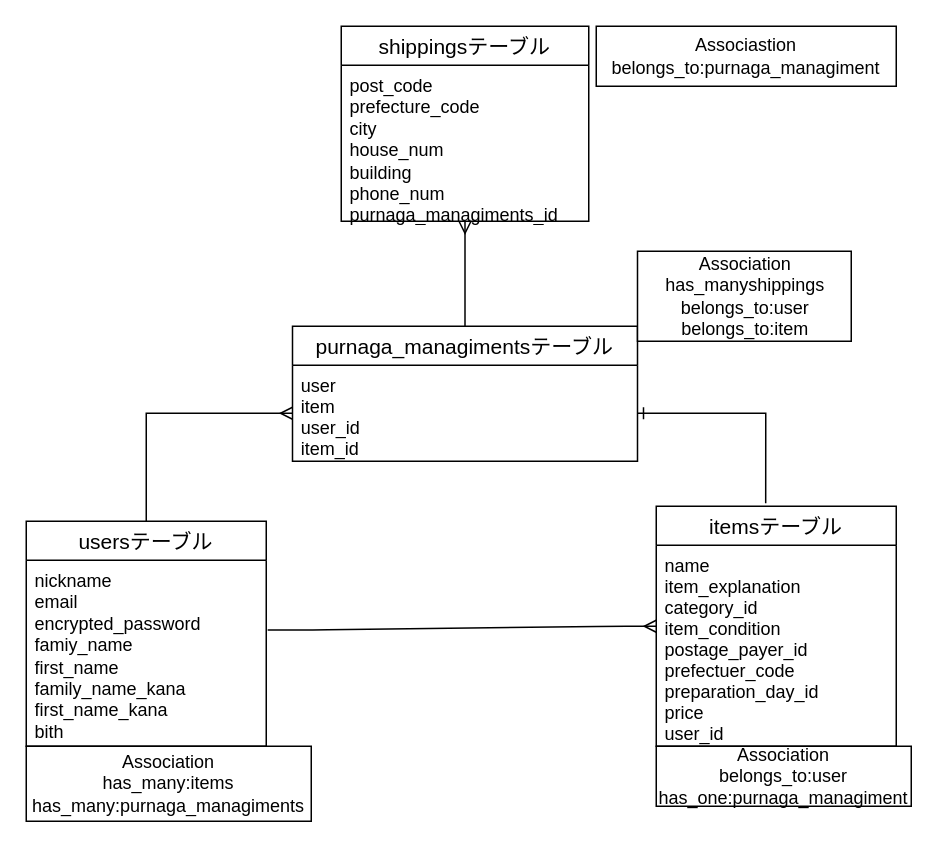
The draw.io diagram page "ページ1" (1 of 2) of ER.dio/furima.dio in souyama77/furima-29616-v2, before the edit. Source tidied: cells renumbered, new cells numbered last; positions are measured from the earlier drawing's top-left corner, leaving out a move shared by most shapes. Both pictures are drawn from the tidied source at 150%, with x=0, y=0 at pixel (26, 26).
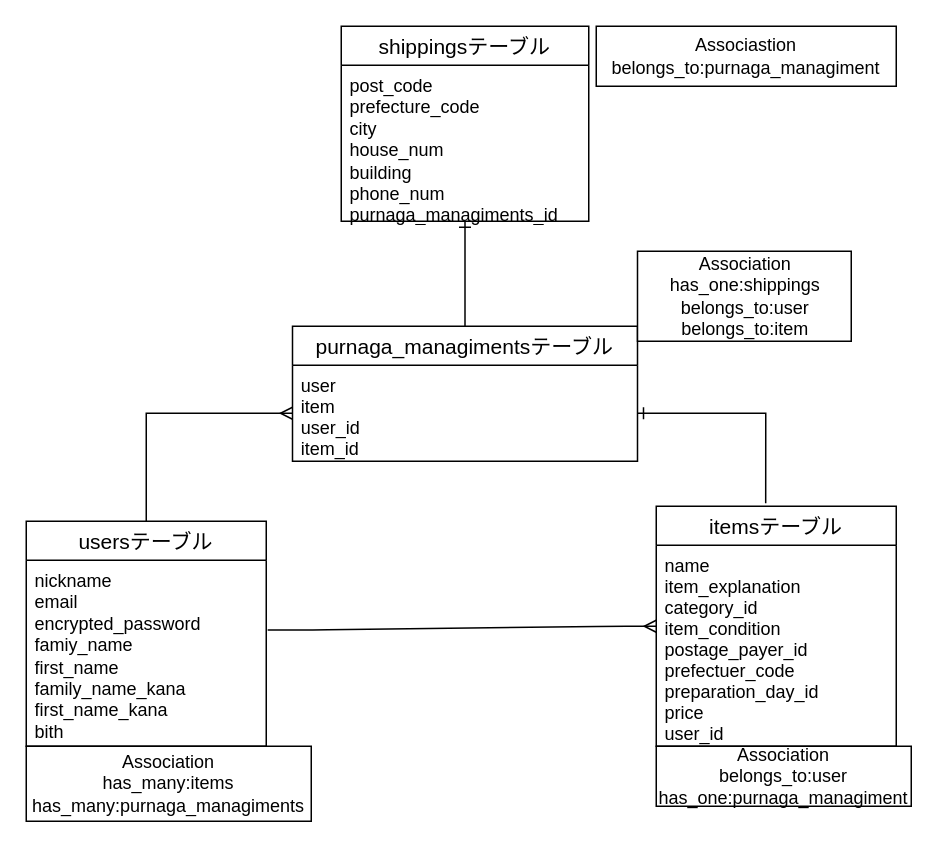
Above is the later version.

Commit message (it also covers changes not shown here):
データ設計Ver.7

What changed in the source:
```diff
@@
 <mxGraphModel>
   <root>
     <mxCell id="0" />
     <mxCell id="1" parent="0" />
     <mxCell id="2" style="edgeStyle=orthogonalEdgeStyle;rounded=0;jettySize=auto;html=1;entryX=0;entryY=0.5;entryDx=0;entryDy=0;endArrow=ERmany;endFill=0;" parent="1" edge="1" source="3" target="13">
       <mxGeometry relative="1" as="geometry" />
     </mxCell>
     <mxCell id="3" value="usersテーブル" style="swimlane;fontStyle=0;horizontal=1;startSize=26;align=center;fontSize=14;rounded=0;sketch=0;flipH=0;flipV=0;" parent="1" vertex="1">
       <mxGeometry y="330" width="160" height="150" as="geometry" />
     </mxCell>
     <mxCell id="4" value="nickname&lt;br&gt;email&lt;br&gt;encrypted_password&lt;br&gt;&lt;span&gt;famiy_name&lt;/span&gt;&lt;br style=&quot;padding: 0px ; margin: 0px&quot;&gt;&lt;span&gt;first_name&lt;/span&gt;&lt;br style=&quot;padding: 0px ; margin: 0px&quot;&gt;&lt;span&gt;family_name_kana&lt;/span&gt;&lt;br style=&quot;padding: 0px ; margin: 0px&quot;&gt;&lt;span&gt;first_name_kana&lt;/span&gt;&lt;br style=&quot;padding: 0px ; margin: 0px&quot;&gt;&lt;span&gt;bith&lt;/span&gt;" style="text;strokeColor=none;fillColor=none;spacingLeft=4;spacingRight=4;overflow=hidden;points=[[0,0.5],[1,0.5]];portConstraint=eastwest;fontSize=12;html=1;whiteSpace=wrap;" parent="3" vertex="1">
       <mxGeometry y="26" width="160" height="124" as="geometry" />
     </mxCell>
     <mxCell id="5" style="edgeStyle=orthogonalEdgeStyle;rounded=0;jettySize=auto;html=1;exitX=0.456;exitY=-0.012;exitDx=0;exitDy=0;entryX=1;entryY=0.5;entryDx=0;entryDy=0;endArrow=ERone;endFill=0;exitPerimeter=0;" parent="1" edge="1" source="8" target="13">
       <mxGeometry relative="1" as="geometry" />
     </mxCell>
     <mxCell id="6" value="shippingsテーブル" style="swimlane;fontStyle=0;horizontal=1;startSize=26;align=center;fontSize=14;rounded=0;sketch=0;" parent="1" vertex="1">
       <mxGeometry x="210" width="165" height="130" as="geometry" />
     </mxCell>
     <mxCell id="7" value="post_code&lt;br&gt;prefecture_code&lt;br&gt;city&lt;br&gt;house_num&lt;br&gt;building&lt;br&gt;phone_num&lt;br&gt;purnaga_managiments_id&lt;br&gt;&lt;br&gt;" style="text;strokeColor=none;fillColor=none;spacingLeft=4;spacingRight=4;overflow=hidden;points=[[0,0.5],[1,0.5]];portConstraint=eastwest;fontSize=12;html=1;whiteSpace=wrap;" parent="6" vertex="1">
       <mxGeometry y="26" width="165" height="104" as="geometry" />
     </mxCell>
     <mxCell id="8" value="itemsテーブル" style="swimlane;fontStyle=0;horizontal=1;startSize=26;align=center;fontSize=14;" parent="1" vertex="1">
       <mxGeometry x="420" y="320" width="160" height="160" as="geometry" />
     </mxCell>
     <mxCell id="9" value="name&#10;item_explanation&#10;category_id&#10;item_condition&#10;postage_payer_id&#10;prefectuer_code&#10;preparation_day_id&#10;price&#10;user_id&#10;" style="text;strokeColor=none;fillColor=none;spacingLeft=4;spacingRight=4;overflow=hidden;fontSize=12;" parent="8" vertex="1">
       <mxGeometry y="26" width="160" height="134" as="geometry" />
     </mxCell>
     <mxCell id="10" style="edgeStyle=entityRelationEdgeStyle;fontSize=12;html=1;endArrow=ERmany;exitX=1.006;exitY=0.375;exitDx=0;exitDy=0;exitPerimeter=0;" parent="1" edge="1" source="4">
       <mxGeometry relative="1" as="geometry">
         <mxPoint x="420" y="400" as="targetPoint" />
       </mxGeometry>
     </mxCell>
-    <mxCell id="11" style="edgeStyle=orthogonalEdgeStyle;rounded=0;jettySize=auto;html=1;entryX=0.5;entryY=1;entryDx=0;entryDy=0;entryPerimeter=0;endArrow=ERmany;endFill=0;" parent="1" edge="1" source="12" target="7">
+    <mxCell id="11" style="edgeStyle=orthogonalEdgeStyle;rounded=0;jettySize=auto;html=1;entryX=0.5;entryY=1;entryDx=0;entryDy=0;entryPerimeter=0;endArrow=ERone;endFill=0;" parent="1" edge="1" source="12" target="7">
       <mxGeometry relative="1" as="geometry" />
     </mxCell>
     <mxCell id="12" value="purnaga_managimentsテーブル" style="swimlane;fontStyle=0;horizontal=1;startSize=26;align=center;fontSize=14;" parent="1" vertex="1">
       <mxGeometry x="177.5" y="200" width="230" height="90" as="geometry" />
     </mxCell>
     <mxCell id="13" value="user&#10;item&#10;user_id&#10;item_id" style="text;strokeColor=none;fillColor=none;spacingLeft=4;spacingRight=4;overflow=hidden;points=[[0,0.5],[1,0.5]];portConstraint=eastwest;fontSize=12;" parent="12" vertex="1">
       <mxGeometry y="26" width="230" height="64" as="geometry" />
     </mxCell>
     <mxCell id="14" value="Associastion&lt;br&gt;belongs_to:purnaga_managiment" style="whiteSpace=wrap;html=1;align=center;" parent="1" vertex="1">
       <mxGeometry x="380" width="200" height="40" as="geometry" />
     </mxCell>
-    <mxCell id="15" value="Association&lt;br&gt;has_manyshippings&lt;br&gt;belongs_to:user&lt;br&gt;belongs_to:item" style="whiteSpace=wrap;html=1;align=center;" parent="1" vertex="1">
+    <mxCell id="15" value="Association&lt;br&gt;has_one:shippings&lt;br&gt;belongs_to:user&lt;br&gt;belongs_to:item" style="whiteSpace=wrap;html=1;align=center;" parent="1" vertex="1">
       <mxGeometry x="407.5" y="150" width="142.5" height="60" as="geometry" />
     </mxCell>
     <mxCell id="16" value="Association&lt;br&gt;has_many:items&lt;br&gt;has_many:purnaga_managiments" style="whiteSpace=wrap;html=1;align=center;" parent="1" vertex="1">
       <mxGeometry y="480" width="190" height="50" as="geometry" />
     </mxCell>
     <mxCell id="17" value="Association&lt;br&gt;belongs_to:user&lt;br&gt;has_one:purnaga_managiment" style="whiteSpace=wrap;html=1;align=center;" parent="1" vertex="1">
       <mxGeometry x="420" y="480" width="170" height="40" as="geometry" />
     </mxCell>
   </root>
 </mxGraphModel>
```
